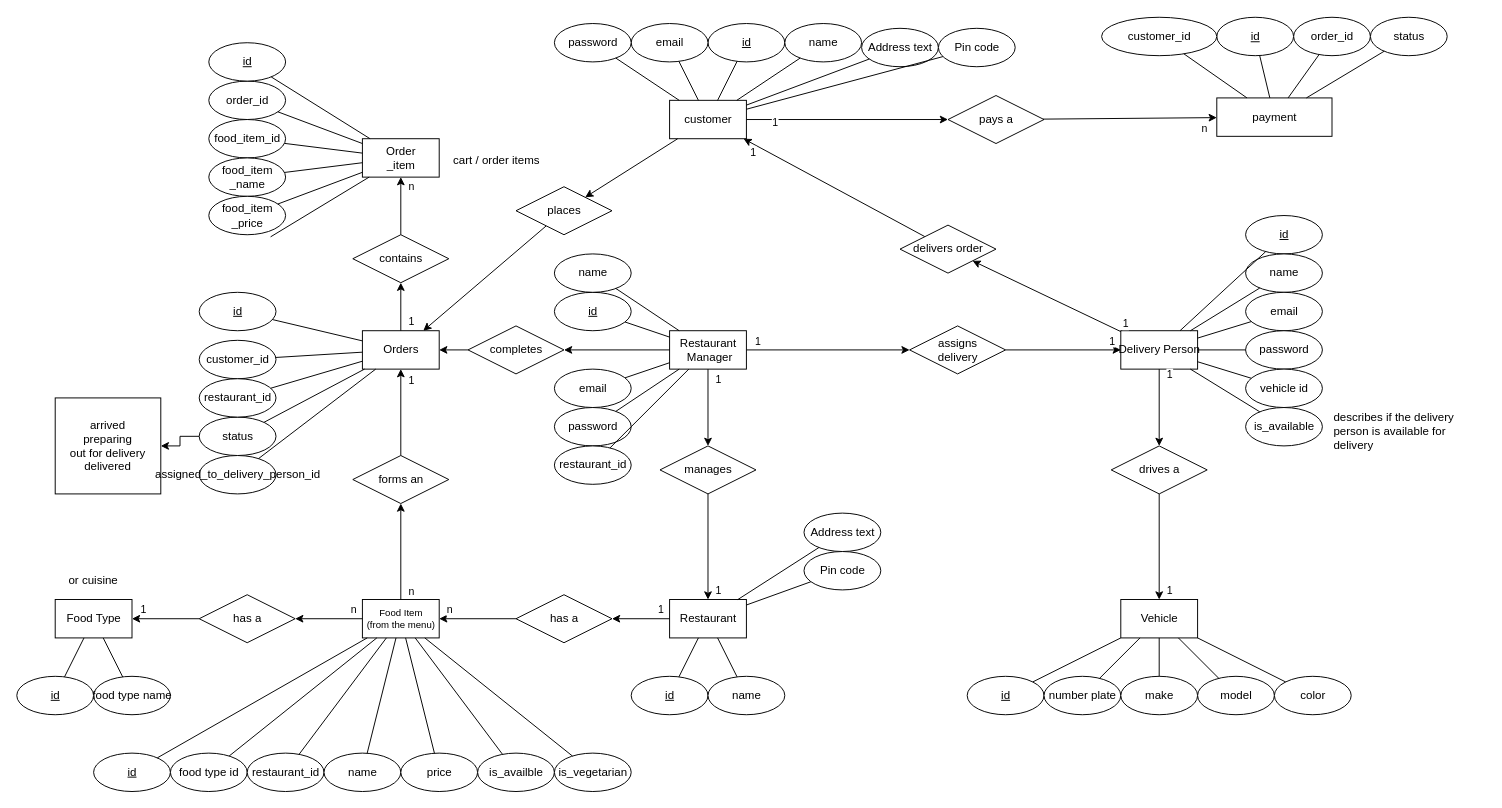
Above: diagrams/ER/Untitled Diagram.drawio in callofthewild/hunger-buzz (draw.io), before the change. Source tidied: cells renumbered, new cells numbered last; positions are measured from the earlier drawing's top-left corner, leaving out a move shared by most shapes. Both pictures are drawn from the tidied source at 96%, with x=0, y=0 at pixel (16, 16).
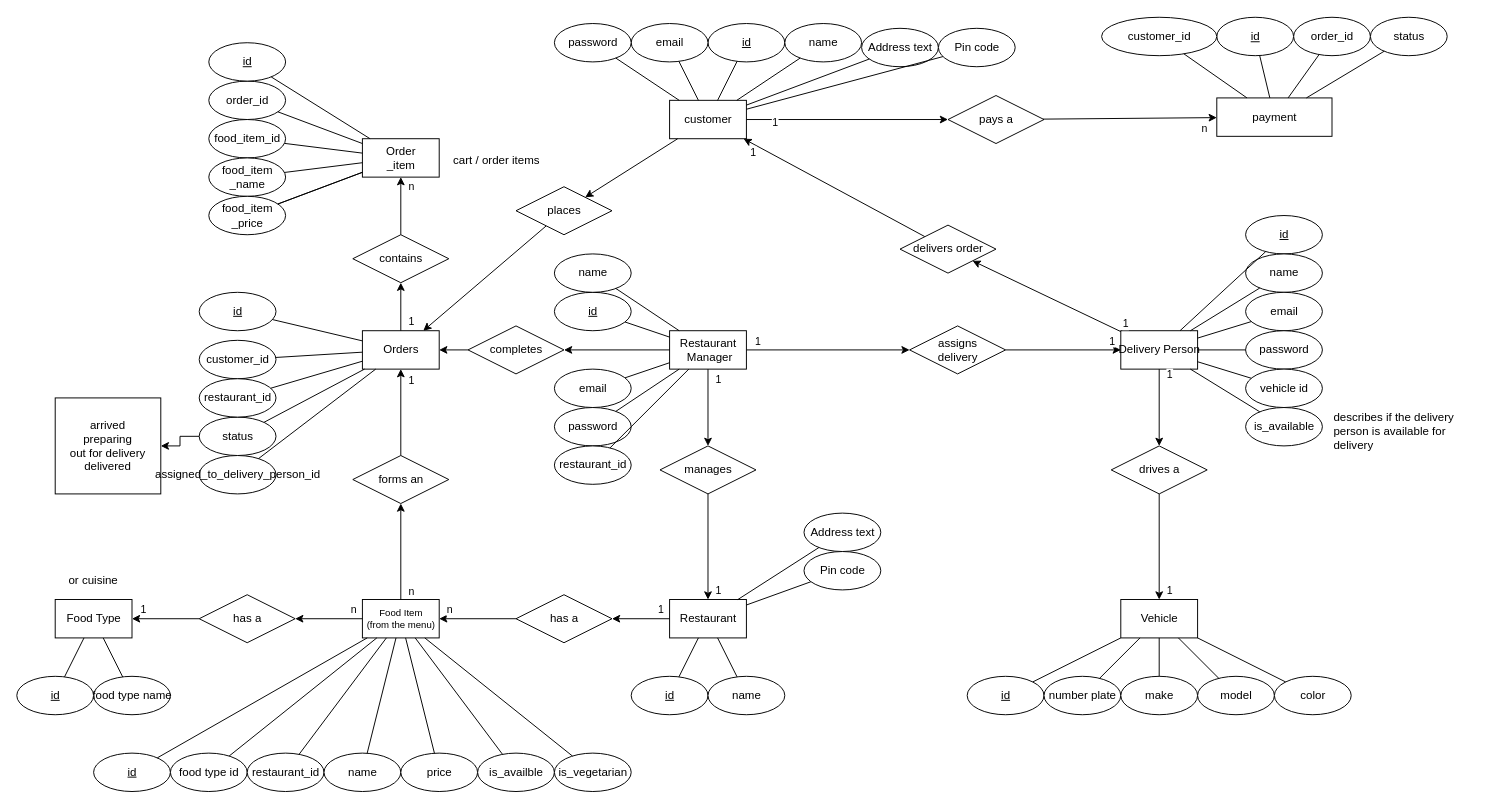
The same page after the edit.

Unchanged cells that the change refers to:
```xml
<mxCell id="107" value="&lt;div&gt;Order&lt;/div&gt;_item" style="rounded=0;html=1;" parent="1" vertex="1">
  <mxGeometry x="360" y="127" width="80" height="40" as="geometry" />
</mxCell>
<mxCell id="110" value="&lt;div&gt;food_item&lt;/div&gt;&lt;div&gt;_price&lt;br&gt;&lt;/div&gt;" style="ellipse;html=1;" parent="1" vertex="1">
  <mxGeometry x="200" y="187" width="80" height="40" as="geometry" />
</mxCell>
```

Diff of the diagram source:
```diff
@@
-    <mxCell id="115" style="endArrow=none;html=1;rounded=0;" parent="1" edge="1" target="107">
-      <mxGeometry relative="1" as="geometry">
-        <mxPoint x="264.4" y="229.2" as="sourcePoint" />
-      </mxGeometry>
+    <mxCell id="115" style="endArrow=none;html=1;rounded=0;" parent="1" edge="1" source="110" target="107">
+      <mxGeometry relative="1" as="geometry" />
     </mxCell>
```
